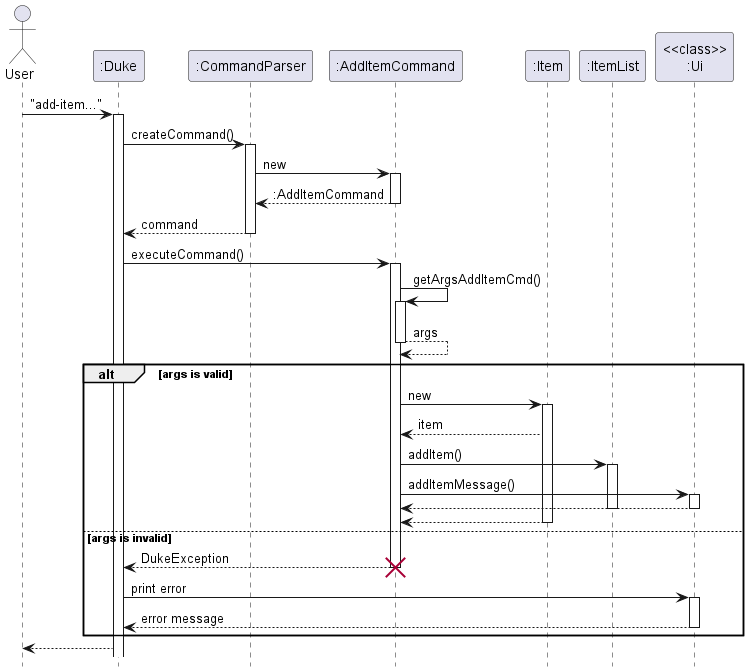
The PlantUML diagram docs/images/AddItemSequence.png in nus-cs2113-AY2223S1/tp, before a commit. Its source is kept beside it as docs/diagrams/item/AddItemSequence.puml.
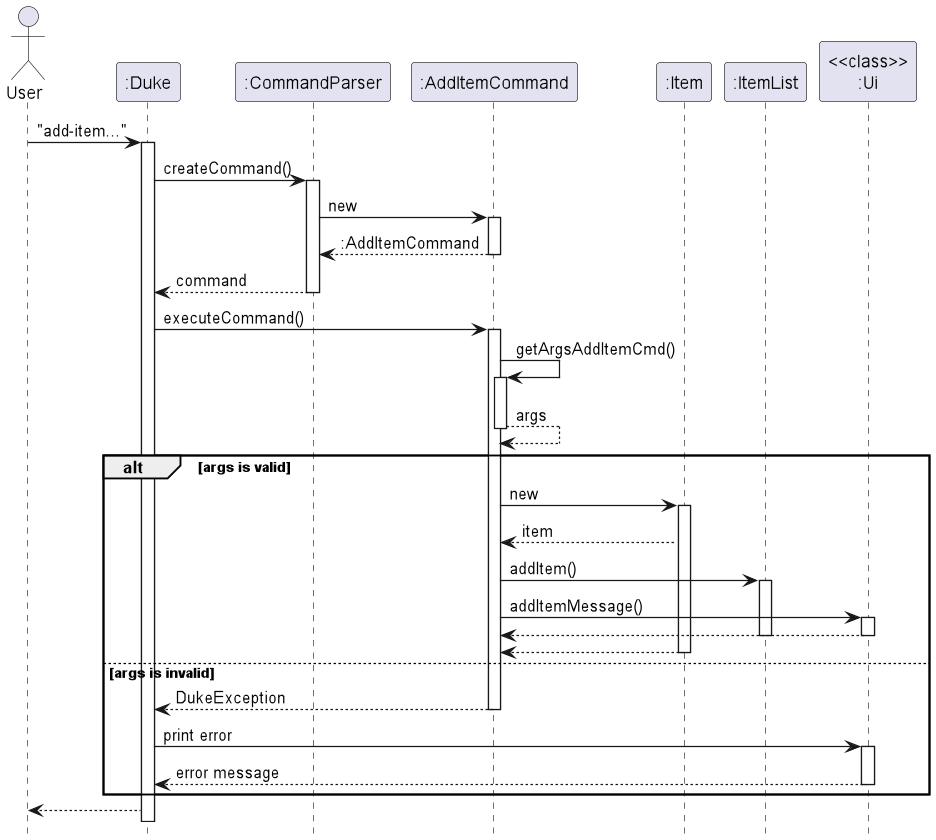
The same diagram one commit later.

Change to the diagram source:
```diff
@@ -30,7 +30,7 @@
     deactivate ":Item"
 else args is invalid
     ":AddItemCommand" --> ":Duke" : DukeException
-    destroy ":AddItemCommand"
+    deactivate ":AddItemCommand"
     ":Duke" -> "<<class>>\n:Ui" : print error
     activate "<<class>>\n:Ui"
     "<<class>>\n:Ui" --> ":Duke" : error message
```
